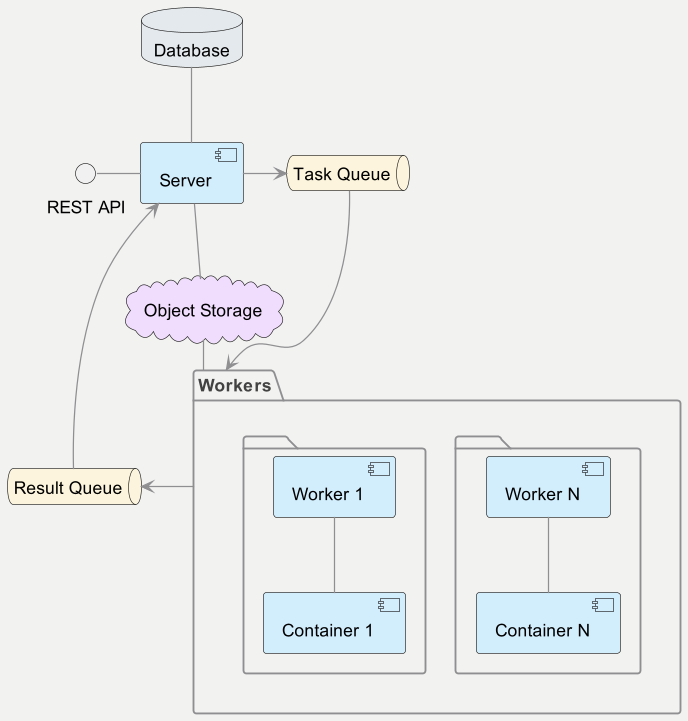
pasha-krizsky/CES keeps this PlantUML diagram as design/uml/components.png. Above is the earlier version. Its source is kept beside it as design/uml/components.puml.
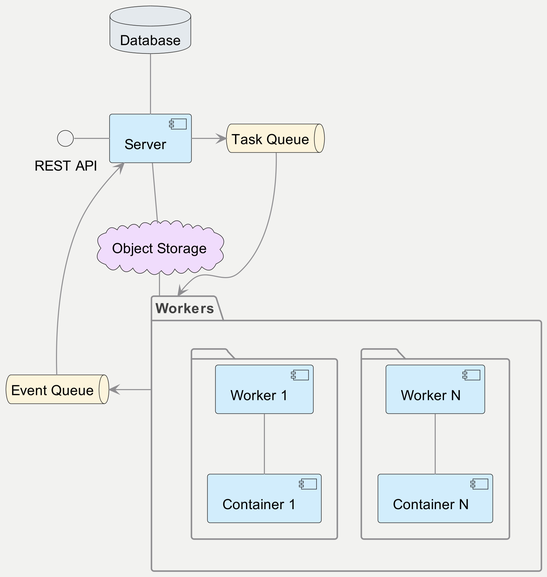
After the change.

Commit message:
Add worker lifecycle diagram

What changed in the source:
```diff
@@ -1,4 +1,6 @@
 @startuml
+
+skinparam dpi 300
 
 skinparam {
     BackgroundColor    #f2f2f0
@@ -35,15 +37,15 @@
 database "Database" as Database
 cloud "Object Storage" as ObjectStorage
 queue "Task Queue" as TaskQueue
-queue "Result Queue" as ResultQueue
+queue "Event Queue" as EventQueue
 
 REST - [Server]
 Server -up- Database
 Server -down- ObjectStorage
 Server -right-> TaskQueue
 TaskQueue -right-> Workers
-Workers -left-> ResultQueue
-ResultQueue -left-> Server
+Workers -left-> EventQueue
+EventQueue -left-> Server
 ObjectStorage -- Workers
 
 @enduml
```
